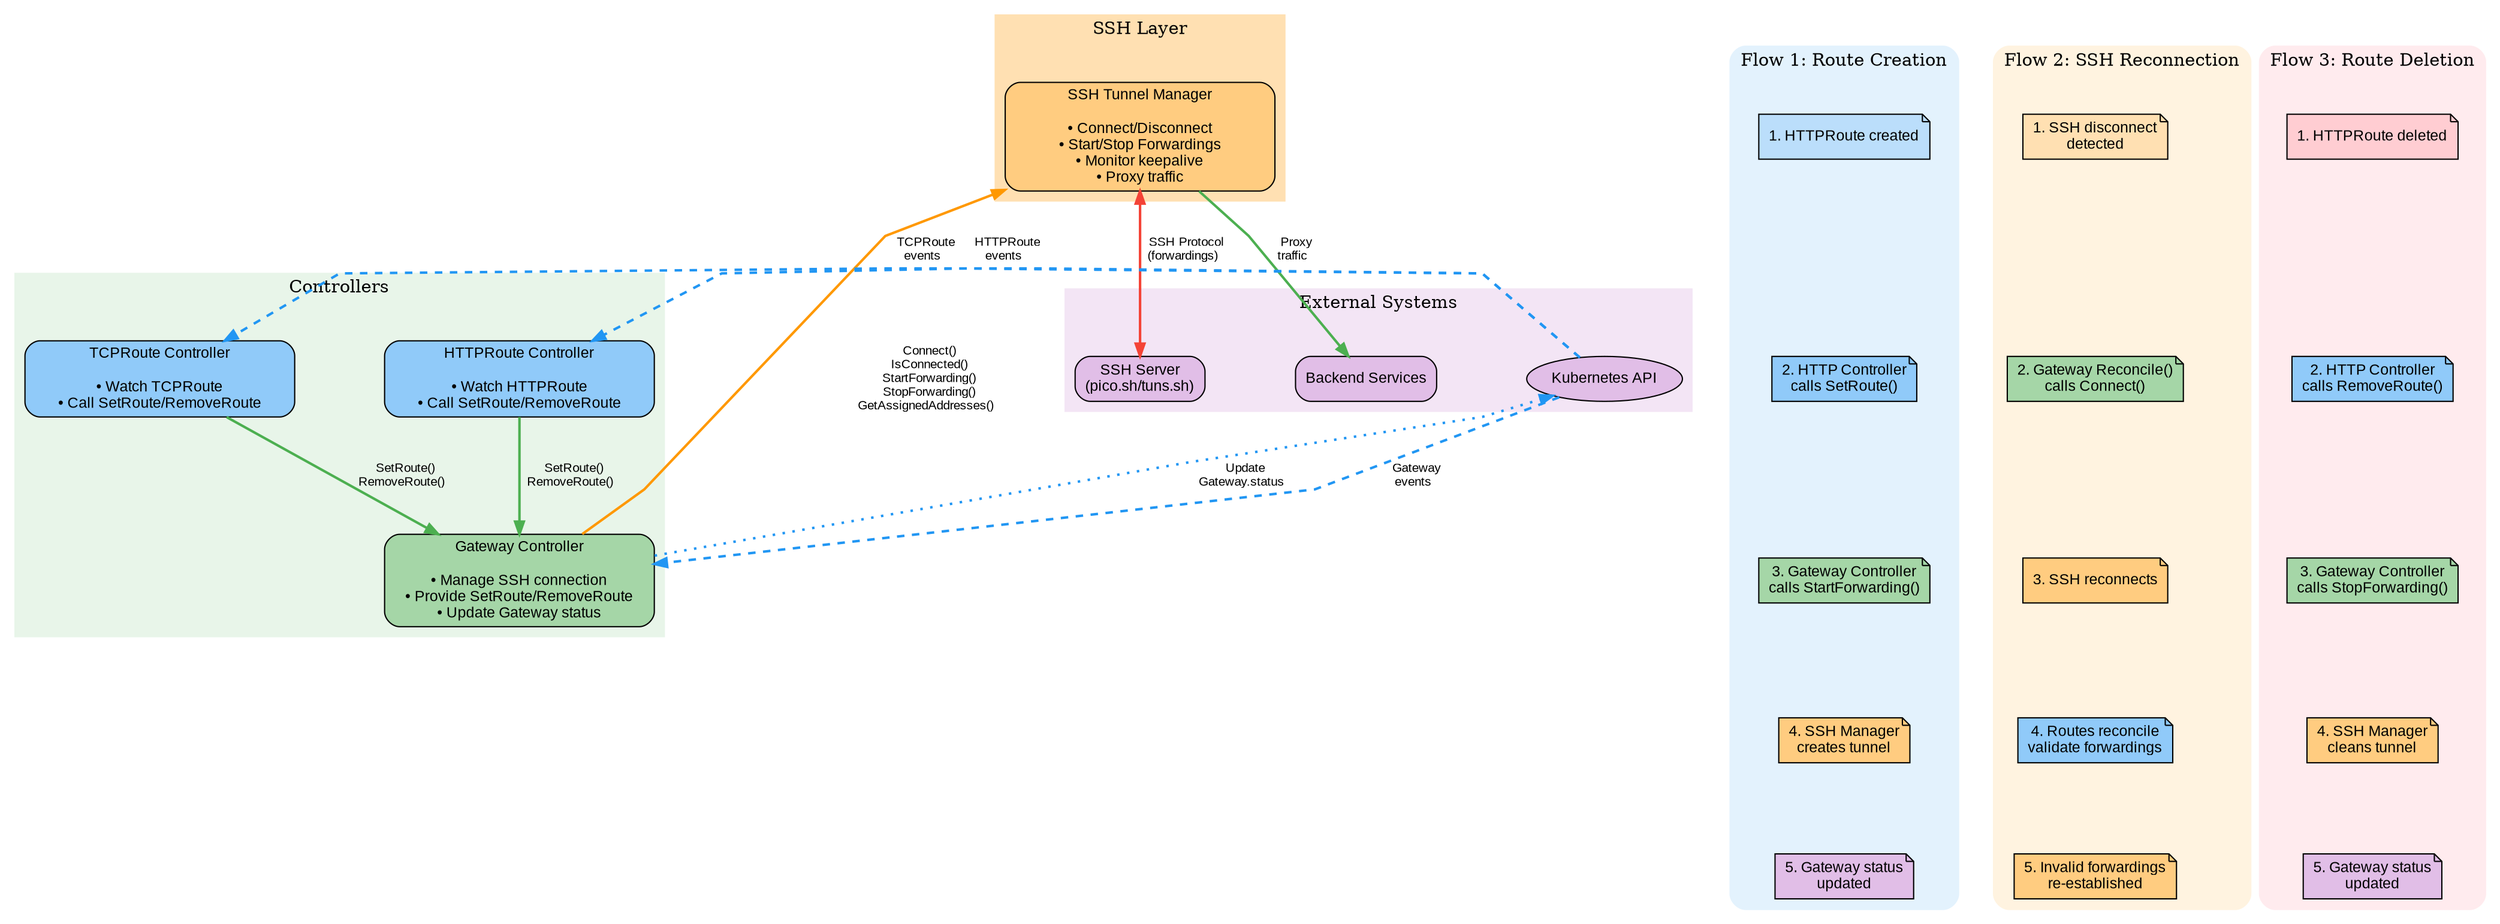
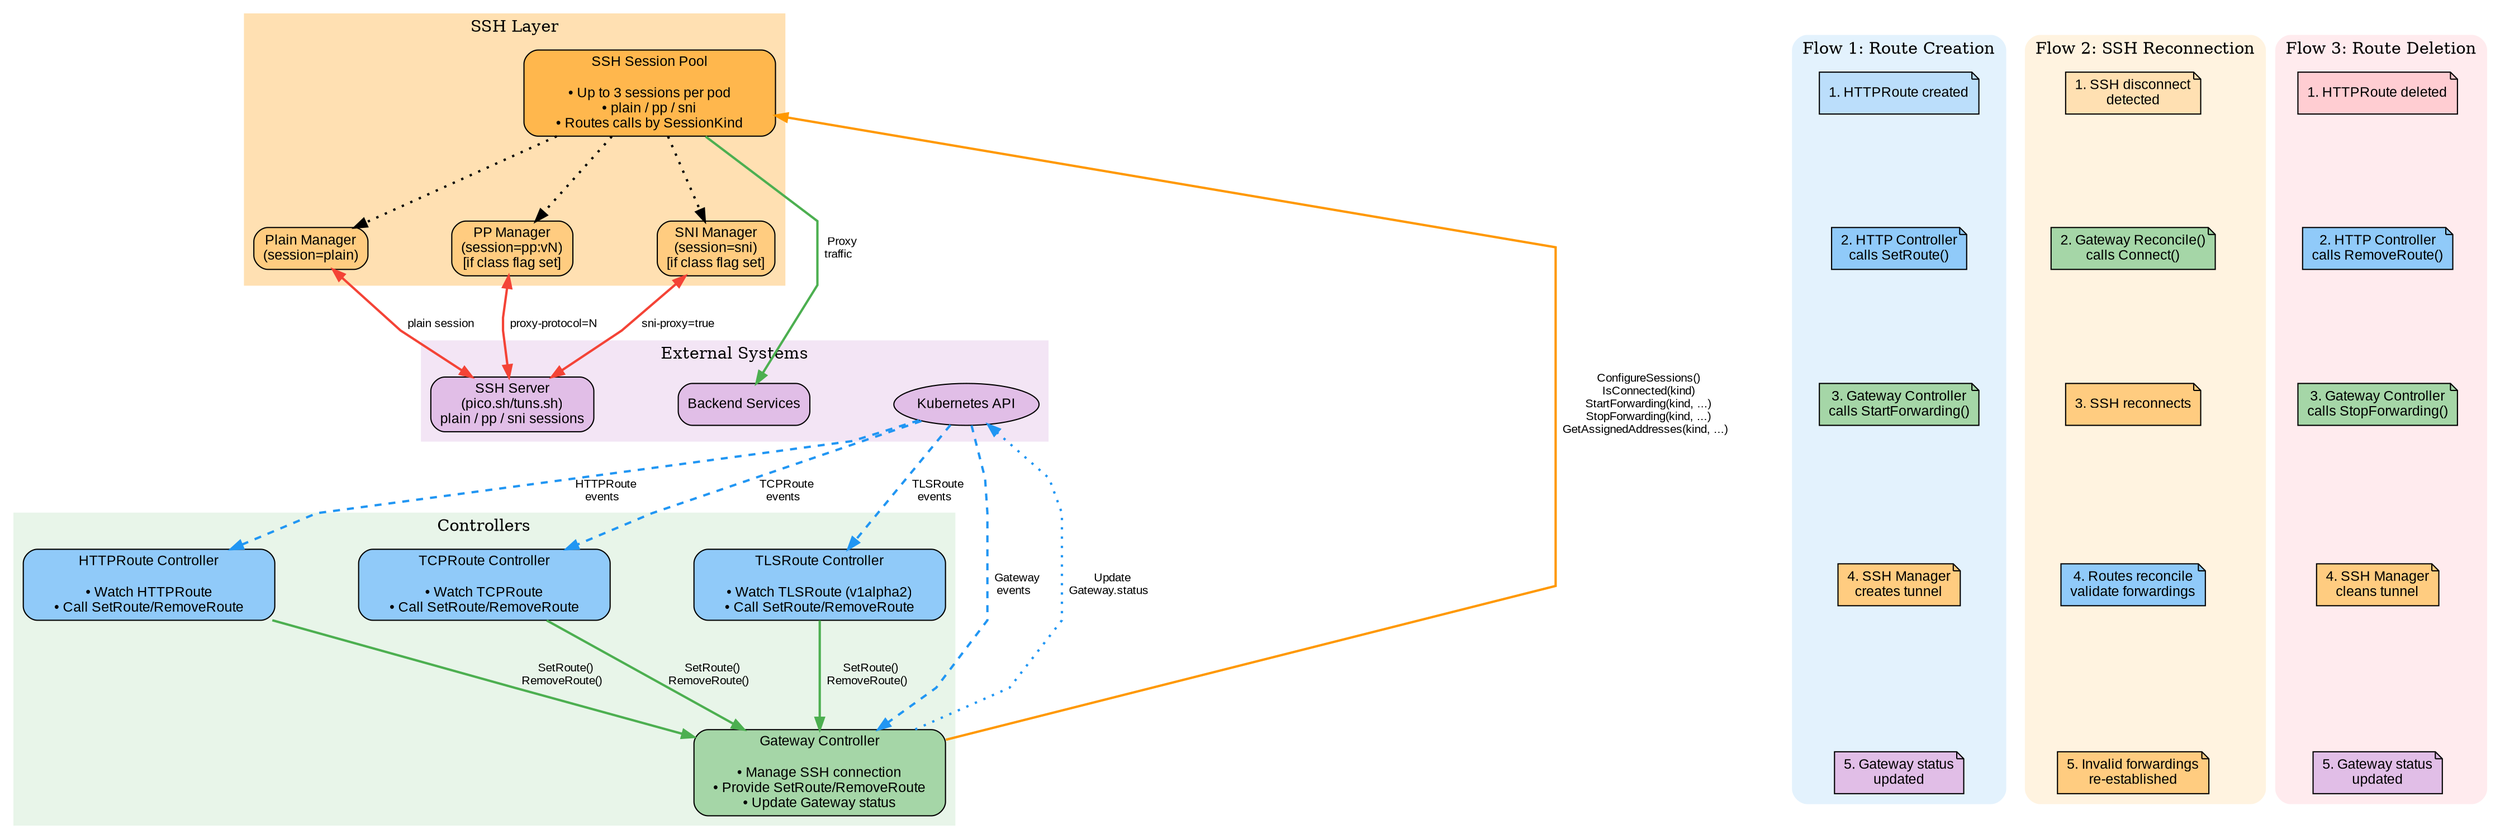
digraph SimplifiedArchitecture {
    // Graph settings
    rankdir=TB;
    compound=true;
    splines=polyline;
    nodesep=1.0;
    ranksep=1.0;

    // Style definitions
    node [shape=box, style="rounded,filled", fontname="Arial", fontsize=12];
    edge [fontname="Arial", fontsize=10, penwidth=2];

    // ========================================
    // MAIN COMPONENTS
    // ========================================

    subgraph cluster_controllers {
        label="Controllers";
        style=filled;
        color="#E8F5E9";

        GatewayController [label="Gateway Controller\n\n• Manage SSH connection\n• Provide SetRoute/RemoveRoute\n• Update Gateway status", fillcolor="#A5D6A7", width=3];
        HTTPController [label="HTTPRoute Controller\n\n• Watch HTTPRoute\n• Call SetRoute/RemoveRoute", fillcolor="#90CAF9", width=3];
        TCPController [label="TCPRoute Controller\n\n• Watch TCPRoute\n• Call SetRoute/RemoveRoute", fillcolor="#90CAF9", width=3];
+         TLSController [label="TLSRoute Controller\n\n• Watch TLSRoute (v1alpha2)\n• Call SetRoute/RemoveRoute", fillcolor="#90CAF9", width=3];
    }

    subgraph cluster_ssh {
        label="SSH Layer";
        style=filled;
        color="#FFE0B2";

-         SSHManager [label="SSH Tunnel Manager\n\n• Connect/Disconnect\n• Start/Stop Forwardings\n• Monitor keepalive\n• Proxy traffic", fillcolor="#FFCC80", width=3];
+         SSHPool [label="SSH Session Pool\n\n• Up to 3 sessions per pod\n• plain / pp / sni\n• Routes calls by SessionKind", fillcolor="#FFB74D", width=3];
+         SSHPlain [label="Plain Manager\n(session=plain)", fillcolor="#FFCC80"];
+         SSHPP [label="PP Manager\n(session=pp:vN)\n[if class flag set]", fillcolor="#FFCC80"];
+         SSHSNI [label="SNI Manager\n(session=sni)\n[if class flag set]", fillcolor="#FFCC80"];
+ 
+         SSHPool -> SSHPlain [style=dotted];
+         SSHPool -> SSHPP [style=dotted];
+         SSHPool -> SSHSNI [style=dotted];
    }

    subgraph cluster_external {
        label="External Systems";
        style=filled;
        color="#F3E5F5";

        K8sAPI [label="Kubernetes API", fillcolor="#E1BEE7", shape=ellipse];
-         SSHServer [label="SSH Server\n(pico.sh/tuns.sh)", fillcolor="#E1BEE7"];
+         SSHServer [label="SSH Server\n(pico.sh/tuns.sh)\nplain / pp / sni sessions", fillcolor="#E1BEE7"];
        Backend [label="Backend Services", fillcolor="#E1BEE7"];
    }

    // ========================================
    // MAIN FLOWS
    // ========================================

    // Kubernetes events
    K8sAPI -> GatewayController [label="  Gateway\n  events  ", color="#2196F3", style=dashed];
    K8sAPI -> HTTPController [label="  HTTPRoute\n  events  ", color="#2196F3", style=dashed];
    K8sAPI -> TCPController [label="  TCPRoute\n  events  ", color="#2196F3", style=dashed];
+     K8sAPI -> TLSController [label="  TLSRoute\n  events  ", color="#2196F3", style=dashed];

    // Route controllers to Gateway controller
    HTTPController -> GatewayController [label="  SetRoute()\n  RemoveRoute()  ", color="#4CAF50"];
    TCPController -> GatewayController [label="  SetRoute()\n  RemoveRoute()  ", color="#4CAF50"];
+     TLSController -> GatewayController [label="  SetRoute()\n  RemoveRoute()  ", color="#4CAF50"];

-     // Gateway controller to SSH Manager
-     GatewayController -> SSHManager [label="  Connect()\n  IsConnected()\n  StartForwarding()\n  StopForwarding()\n  GetAssignedAddresses()  ", color="#FF9800"];
+     // Gateway controller to SSH Session Pool
+     GatewayController -> SSHPool [label="  ConfigureSessions()\n  IsConnected(kind)\n  StartForwarding(kind, ...)\n  StopForwarding(kind, ...)\n  GetAssignedAddresses(kind, ...)  ", color="#FF9800"];

    // Gateway controller to K8s API
    GatewayController -> K8sAPI [label="  Update\n  Gateway.status  ", color="#2196F3", style=dotted];

-     // SSH Manager to external
-     SSHManager -> SSHServer [label="  SSH Protocol\n  (forwardings)  ", color="#F44336", dir=both];
-     SSHManager -> Backend [label="  Proxy\n  traffic  ", color="#4CAF50"];
+     // Each pooled manager opens its own SSH session
+     SSHPlain -> SSHServer [label="  plain session  ", color="#F44336", dir=both];
+     SSHPP -> SSHServer [label="  proxy-protocol=N  ", color="#F44336", dir=both];
+     SSHSNI -> SSHServer [label="  sni-proxy=true  ", color="#F44336", dir=both];
+     SSHPool -> Backend [label="  Proxy\n  traffic  ", color="#4CAF50"];

    // ========================================
    // KEY FLOWS AS SUBGRAPHS
    // ========================================

    subgraph cluster_flow1 {
        label="Flow 1: Route Creation";
        style="rounded,filled";
        color="#E3F2FD";
        penwidth=2;

        flow1_1 [label="1. HTTPRoute created", fillcolor="#BBDEFB", shape=note];
        flow1_2 [label="2. HTTP Controller\ncalls SetRoute()", fillcolor="#90CAF9", shape=note];
        flow1_3 [label="3. Gateway Controller\ncalls StartForwarding()", fillcolor="#A5D6A7", shape=note];
        flow1_4 [label="4. SSH Manager\ncreates tunnel", fillcolor="#FFCC80", shape=note];
        flow1_5 [label="5. Gateway status\nupdated", fillcolor="#E1BEE7", shape=note];

        flow1_1 -> flow1_2 -> flow1_3 -> flow1_4 -> flow1_5 [style=invis];
    }

    subgraph cluster_flow2 {
        label="Flow 2: SSH Reconnection";
        style="rounded,filled";
        color="#FFF3E0";
        penwidth=2;

        flow2_1 [label="1. SSH disconnect\ndetected", fillcolor="#FFE0B2", shape=note];
        flow2_2 [label="2. Gateway Reconcile()\ncalls Connect()", fillcolor="#A5D6A7", shape=note];
        flow2_3 [label="3. SSH reconnects", fillcolor="#FFCC80", shape=note];
        flow2_4 [label="4. Routes reconcile\nvalidate forwardings", fillcolor="#90CAF9", shape=note];
        flow2_5 [label="5. Invalid forwardings\nre-established", fillcolor="#FFCC80", shape=note];

        flow2_1 -> flow2_2 -> flow2_3 -> flow2_4 -> flow2_5 [style=invis];
    }

    subgraph cluster_flow3 {
        label="Flow 3: Route Deletion";
        style="rounded,filled";
        color="#FFEBEE";
        penwidth=2;

        flow3_1 [label="1. HTTPRoute deleted", fillcolor="#FFCDD2", shape=note];
        flow3_2 [label="2. HTTP Controller\ncalls RemoveRoute()", fillcolor="#90CAF9", shape=note];
        flow3_3 [label="3. Gateway Controller\ncalls StopForwarding()", fillcolor="#A5D6A7", shape=note];
        flow3_4 [label="4. SSH Manager\ncleans tunnel", fillcolor="#FFCC80", shape=note];
        flow3_5 [label="5. Gateway status\nupdated", fillcolor="#E1BEE7", shape=note];

        flow3_1 -> flow3_2 -> flow3_3 -> flow3_4 -> flow3_5 [style=invis];
    }

}
